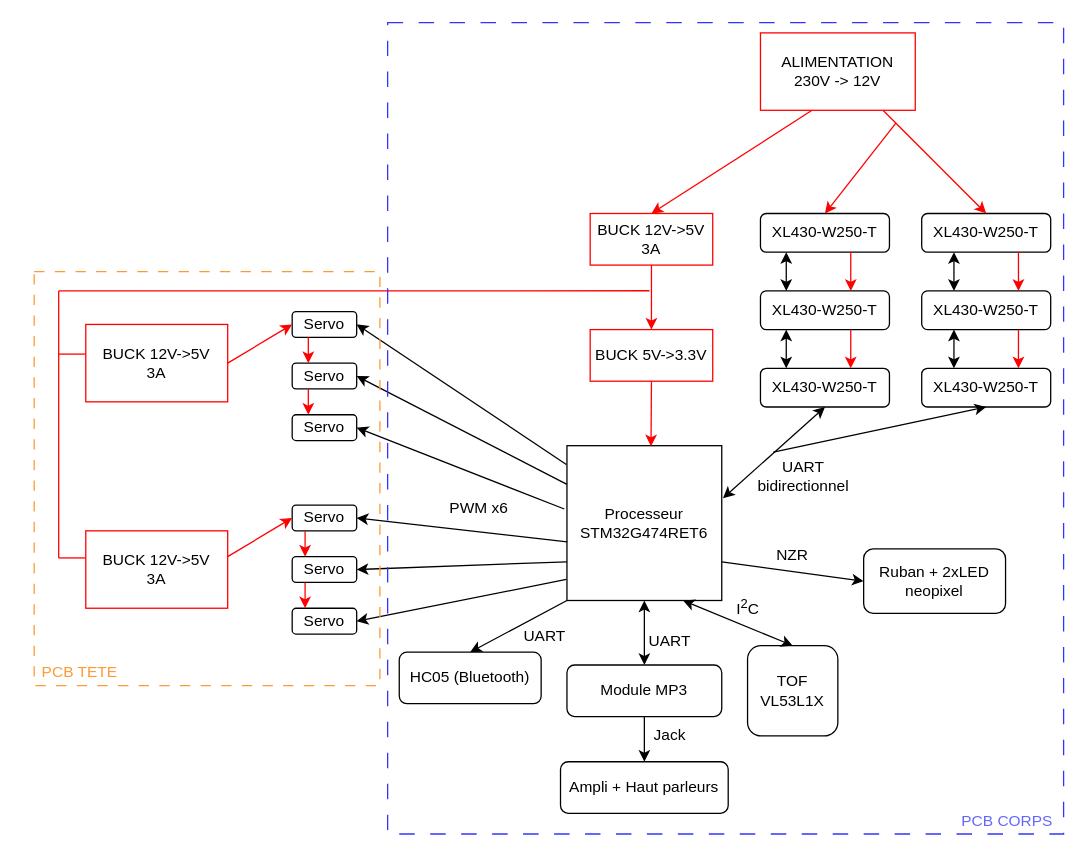
mael-lukas/2425_Projet2A_Animatronic keeps this draw.io diagram as Gestion de projet/Untitled Diagram.drawio. Above is the earlier version. Source tidied: cells renumbered, new cells numbered last; positions are measured from the earlier drawing's top-left corner, leaving out a move shared by most shapes. Both pictures are drawn from the tidied source at 129%, with x=0, y=0 at pixel (22, 22).
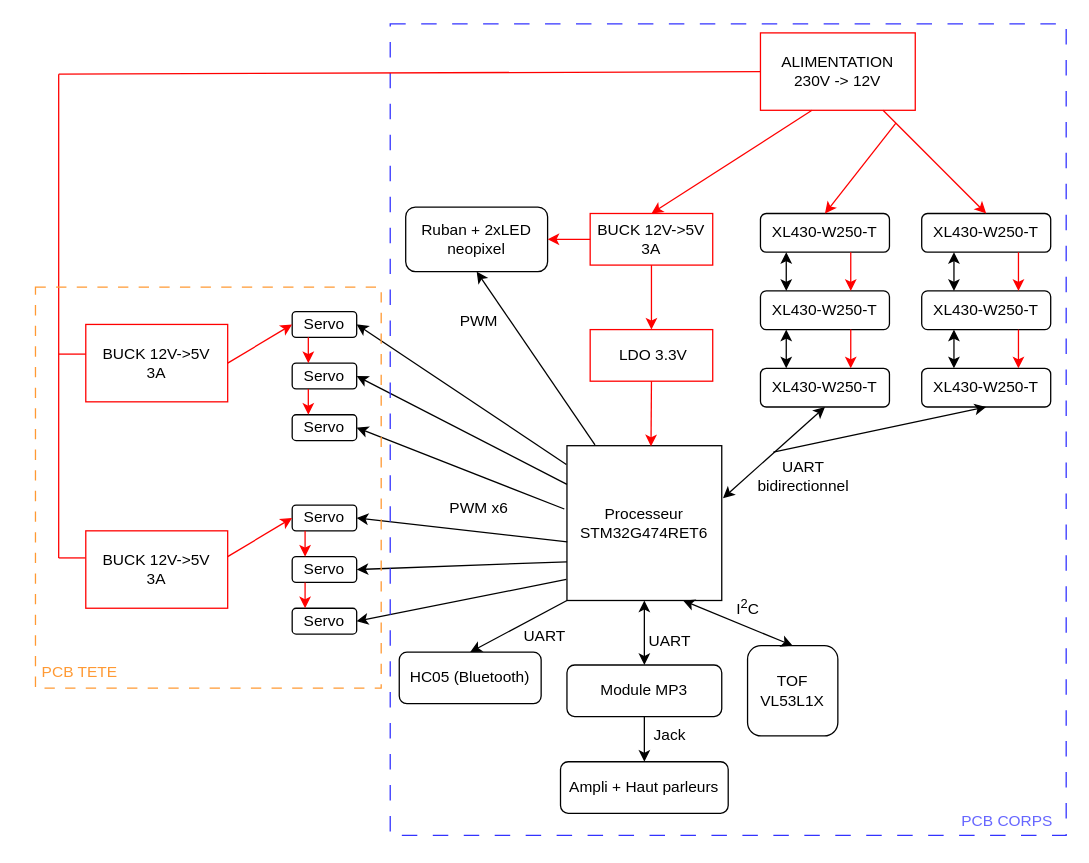
After the change.

Unchanged cells that the change refers to:
```xml
<mxCell id="2" value="&lt;div&gt;ALIMENTATION&lt;/div&gt;&lt;div&gt;230V -&amp;gt; 12V&lt;br&gt;&lt;/div&gt;" style="rounded=0;whiteSpace=wrap;html=1;strokeColor=#FF0000;" parent="1" vertex="1">
  <mxGeometry x="572" y="8" width="120" height="60" as="geometry" />
</mxCell>
<mxCell id="3" value="&lt;div&gt;BUCK 12V-&amp;gt;5V&lt;/div&gt;3A" style="rounded=0;whiteSpace=wrap;html=1;strokeColor=#FF0000;" parent="1" vertex="1">
  <mxGeometry x="440" y="148" width="95" height="40" as="geometry" />
</mxCell>
<mxCell id="6" value="&lt;div&gt;Processeur&lt;/div&gt;&lt;div&gt;STM32G474RET6&lt;br&gt;&lt;/div&gt;" style="whiteSpace=wrap;html=1;" parent="1" vertex="1">
  <mxGeometry x="422" y="328" width="120" height="120" as="geometry" />
</mxCell>
```

What changed in the source:
```diff
@@
     <mxCell id="17" value="Ruban + 2xLED neopixel" style="rounded=1;whiteSpace=wrap;html=1;" parent="1" vertex="1">
-      <mxGeometry x="652" y="408" width="110" height="50" as="geometry" />
+      <mxGeometry x="297" y="143" width="110" height="50" as="geometry" />
     </mxCell>
@@
-    <mxCell id="30" value="&lt;div&gt;BUCK 5V-&amp;gt;3.3V&lt;br&gt;&lt;/div&gt;&lt;font color=&quot;#ff0000&quot;&gt;&lt;/font&gt;" style="rounded=0;whiteSpace=wrap;html=1;strokeColor=#FF0000;" parent="1" vertex="1">
+    <mxCell id="30" value="&lt;div&gt;&amp;nbsp;LDO 3.3V&lt;br&gt;&lt;/div&gt;&lt;font color=&quot;#ff0000&quot;&gt;&lt;/font&gt;" style="rounded=0;whiteSpace=wrap;html=1;strokeColor=#FF0000;" parent="1" vertex="1">
       <mxGeometry x="440" y="238" width="95" height="40" as="geometry" />
     </mxCell>
@@
-    <mxCell id="49" style="endArrow=none;html=1;rounded=0;strokeColor=#FF0000;" parent="1" edge="1">
-      <mxGeometry relative="1" as="geometry">
-        <mxPoint x="28" y="208" as="sourcePoint" />
-        <mxPoint x="486" y="207.9" as="targetPoint" />
-      </mxGeometry>
-    </mxCell>
@@
-    <mxCell id="62" style="endArrow=classic;html=1;rounded=0;entryX=0;entryY=0.5;entryDx=0;entryDy=0;exitX=1;exitY=0.75;exitDx=0;exitDy=0;" parent="1" edge="1" source="6" target="17">
+    <mxCell id="62" style="endArrow=classic;html=1;rounded=0;entryX=0.5;entryY=1;entryDx=0;entryDy=0;exitX=0.181;exitY=-0.005;exitDx=0;exitDy=0;exitPerimeter=0;" parent="1" edge="1" source="6" target="17">
       <mxGeometry relative="1" as="geometry" />
     </mxCell>
-    <mxCell id="63" value="NZR " style="text;html=1;align=center;verticalAlign=middle;whiteSpace=wrap;rounded=0;" parent="1" vertex="1">
-      <mxGeometry x="567" y="398" width="60" height="30" as="geometry" />
+    <mxCell id="63" value="PWM" style="text;html=1;align=center;verticalAlign=middle;whiteSpace=wrap;rounded=0;" parent="1" vertex="1">
+      <mxGeometry x="324" y="217" width="60" height="30" as="geometry" />
     </mxCell>
@@
     <mxCell id="65" style="endArrow=none;html=1;rounded=0;strokeColor=#FF0000;" parent="1" edge="1">
       <mxGeometry relative="1" as="geometry">
         <mxPoint x="28" y="415.1" as="sourcePoint" />
-        <mxPoint x="28" y="208" as="targetPoint" />
+        <mxPoint x="28" y="40" as="targetPoint" />
       </mxGeometry>
     </mxCell>
@@
     <mxCell id="68" style="rounded=0;whiteSpace=wrap;html=1;dashed=1;dashPattern=12 12;fillColor=none;strokeColor=#3333FF;" parent="1" vertex="1">
-      <mxGeometry x="283" width="524" height="629" as="geometry" />
+      <mxGeometry x="285" y="1" width="524" height="629" as="geometry" />
     </mxCell>
@@
     <mxCell id="70" style="rounded=0;whiteSpace=wrap;html=1;fillColor=none;dashed=1;dashPattern=8 8;strokeColor=#FF9933;" parent="1" vertex="1">
-      <mxGeometry x="9" y="193" width="268" height="321" as="geometry" />
+      <mxGeometry x="10" y="205" width="268" height="311" as="geometry" />
     </mxCell>
@@
+    <mxCell id="72" style="endArrow=none;html=1;rounded=0;strokeColor=#FF0000;entryX=0;entryY=0.5;entryDx=0;entryDy=0;" parent="1" edge="1" target="2">
+      <mxGeometry relative="1" as="geometry">
+        <mxPoint x="28" y="40" as="sourcePoint" />
+      </mxGeometry>
+    </mxCell>
+    <mxCell id="73" style="endArrow=classic;html=1;rounded=0;entryX=1;entryY=0.5;entryDx=0;entryDy=0;exitX=0;exitY=0.5;exitDx=0;exitDy=0;strokeColor=#FF0000;" parent="1" edge="1" source="3" target="17">
+      <mxGeometry relative="1" as="geometry" />
+    </mxCell>
```
